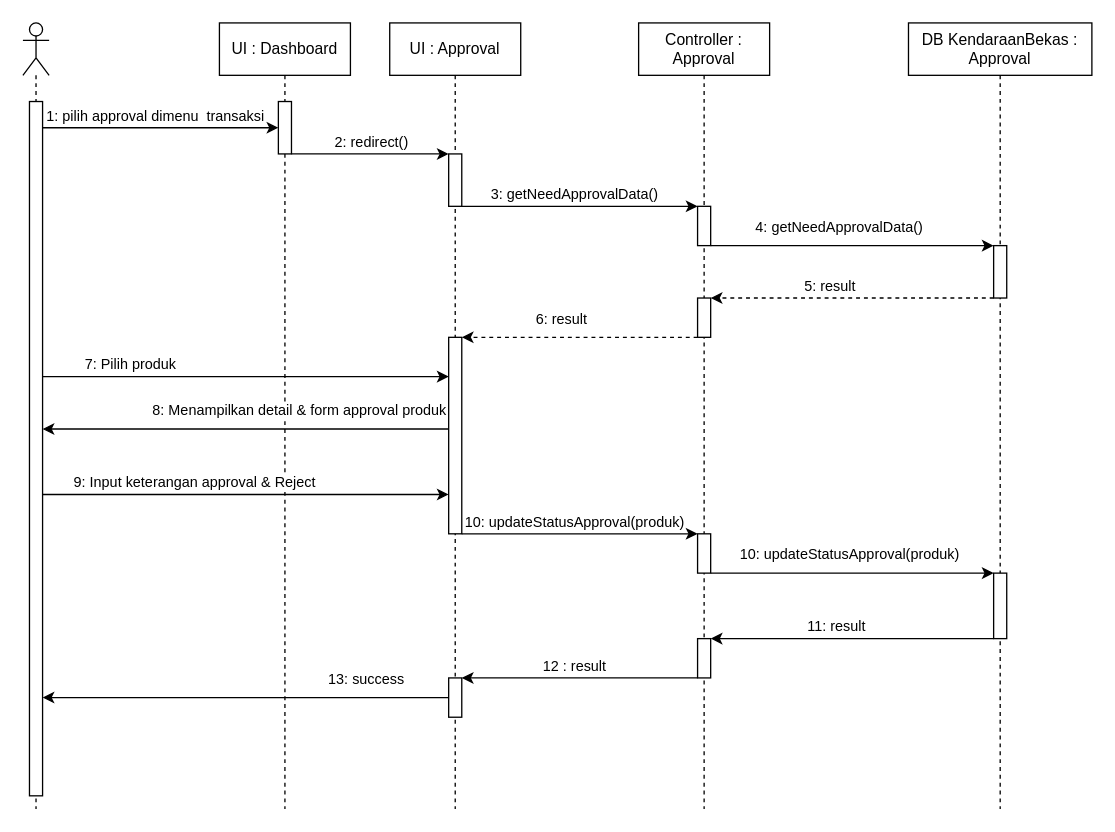
DevinWilliady/KendaraanBekasUML keeps this draw.io diagram as page "Reject Approval" (15 of 27) of UML/Sequence Web.drawio. Above is the earlier version. Source tidied: cells renumbered, new cells numbered last; positions are measured from the earlier drawing's top-left corner, leaving out a move shared by most shapes. Both pictures are drawn from the tidied source at 131%, with x=0, y=0 at pixel (22, 22).
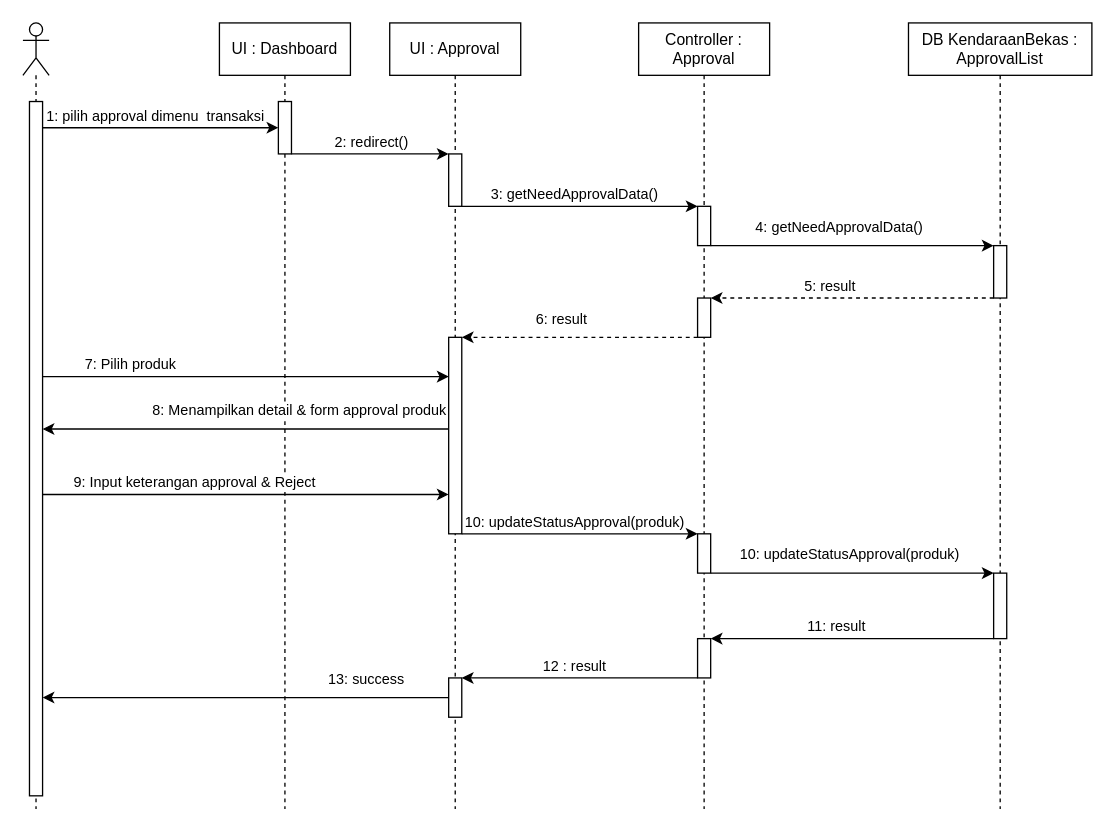
The same diagram, later.

Diff of the diagram source:
```diff
@@
-    <mxCell id="19" value="DB KendaraanBekas : Approval" style="shape=umlLifeline;perimeter=lifelinePerimeter;whiteSpace=wrap;html=1;" parent="1" vertex="1">
+    <mxCell id="19" value="DB KendaraanBekas : ApprovalList" style="shape=umlLifeline;perimeter=lifelinePerimeter;whiteSpace=wrap;html=1;" parent="1" vertex="1">
       <mxGeometry x="676" width="140" height="600" as="geometry" />
     </mxCell>
```
